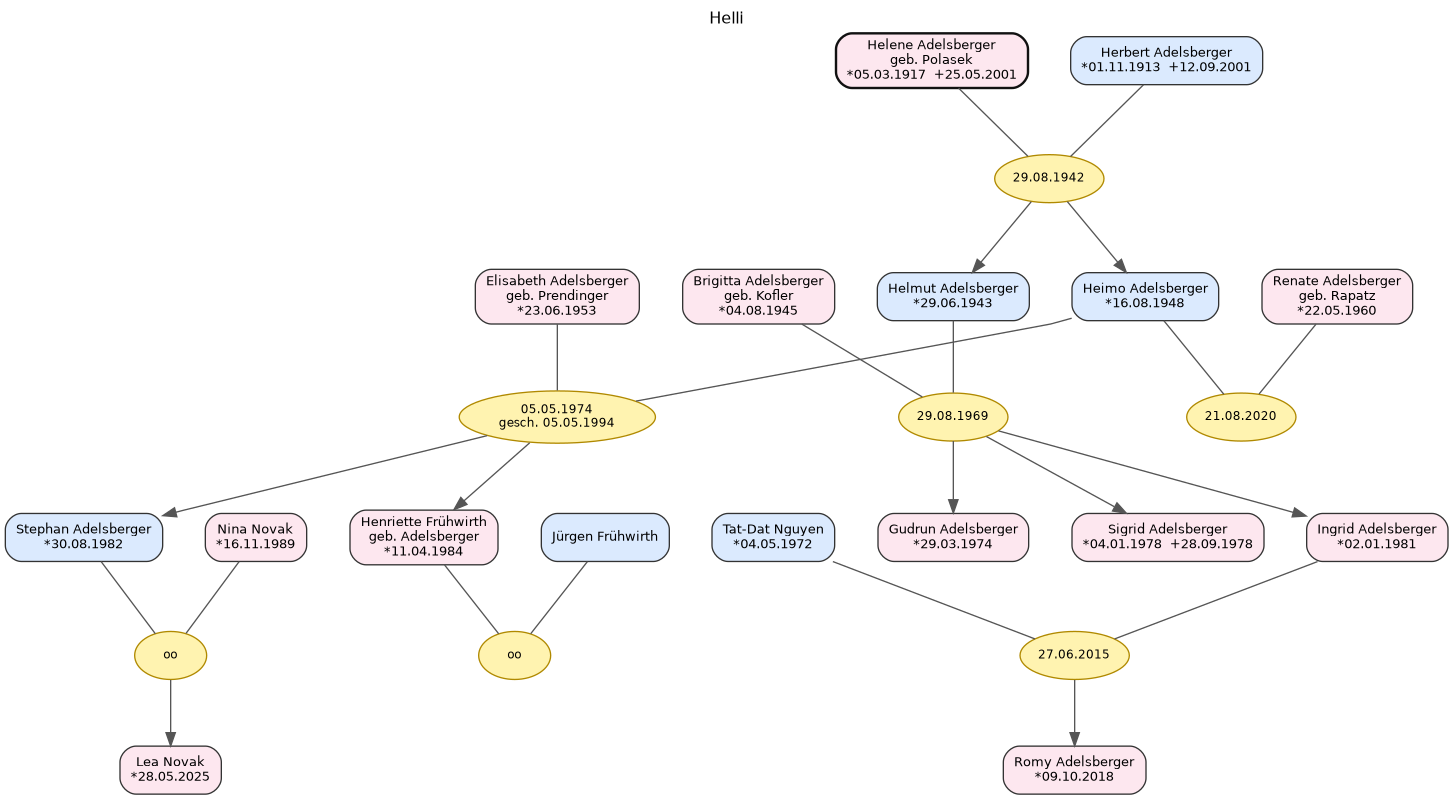
The Graphviz diagram Helli_0_10.png in Konfusius16/Ahnentafel-Polasek, before a commit. Its source is kept beside it as Helli_0_10.dot. The source it was exported from:
```dot
digraph {
	concentrate=false nodesep=0.45 overlap=false rankdir=TB ranksep=0.70 splines=polyline
	graph [fontname="DejaVu Sans" fontsize=12 label=Helli labelloc=t]
	node [color="#333333" fontname="DejaVu Sans" fontsize=10 shape=box style="rounded,filled"]
	edge [color="#555555" fontname="DejaVu Sans"]
	att14 [label="Elisabeth Adelsberger
geb. Prendinger
*23.06.1953" fillcolor="#fde7ef" id=P_att14]
	g6p02 [label="Brigitta Adelsberger
geb. Kofler
*04.08.1945" fillcolor="#fde7ef" id=P_g6p02]
	attS02 [label="Nina Novak
*16.11.1989" fillcolor="#fde7ef" id=P_attS02]
	att07 [label="Heimo Adelsberger
*16.08.1948" fillcolor="#dbeafe" id=P_att07]
	g6p09 [label="Tat-Dat Nguyen
*04.05.1972" fillcolor="#dbeafe" id=P_g6p09]
	att21 [label="Stephan Adelsberger
*30.08.1982" fillcolor="#dbeafe" id=P_att21]
	g6p10 [label="Romy Adelsberger
*09.10.2018" fillcolor="#fde7ef" id=P_g6p10]
	att08 [label="Renate Adelsberger
geb. Rapatz
*22.05.1960" fillcolor="#fde7ef" id=P_att08]
	att34 [label="Ingrid Adelsberger
*02.01.1981" fillcolor="#fde7ef" id=P_att34]
	att33 [label="Sigrid Adelsberger
*04.01.1978  +28.09.1978" fillcolor="#fde7ef" id=P_att33]
	g6p13 [label="Jürgen Frühwirth" fillcolor="#dbeafe" id=P_g6p13]
	att35 [label="Henriette Frühwirth
geb. Adelsberger
*11.04.1984" fillcolor="#fde7ef" id=P_att35]
	att06 [label="Helene Adelsberger
geb. Polasek
*05.03.1917  +25.05.2001" color="#111111" fillcolor="#fde7ef" id=P_att06 penwidth=1.8]
	att41 [label="Lea Novak
*28.05.2025" fillcolor="#fde7ef" id=P_att41]
	att32 [label="Gudrun Adelsberger
*29.03.1974" fillcolor="#fde7ef" id=P_att32]
	att36 [label="Helmut Adelsberger
*29.06.1943" fillcolor="#dbeafe" id=P_att36]
	att05 [label="Herbert Adelsberger
*01.11.1913  +12.09.2001" fillcolor="#dbeafe" id=P_att05]
	M_attF2 [label="29.08.1942" color="#b08900" fillcolor="#fff3b0" fontsize=9 id=M_attF2 shape=ellipse style=filled]
	subgraph rank_attF2 {
		rank=same
		att05
		att06
	}
	att05 -> att06 [constraint=true minlen=0 style=invis weight=3600]
	att05 -> M_attF2 [dir=none minlen=1 weight=60]
	att06 -> M_attF2 [dir=none minlen=1 weight=60]
	subgraph kids_attF2 {
		rank=same
		att36
		att07
	}
	M_attF2 -> att36
	M_attF2 -> att07
	att36 -> att07 [constraint=true minlen=0 style=invis weight=1400]
	subgraph pair_att36 {
		rank=same
		att36
		g6p02
	}
	att36 -> g6p02 [constraint=true minlen=0 style=invis weight=2600]
	g6p02 -> att07 [constraint=true minlen=0 style=invis weight=2000]
	subgraph pair_att07 {
		rank=same
		att07
		att14
	}
	att07 -> att14 [constraint=true minlen=0 style=invis weight=2600]
	M_g6F2 [label="27.06.2015" color="#b08900" fillcolor="#fff3b0" fontsize=9 id=M_g6F2 shape=ellipse style=filled]
	subgraph rank_g6F2 {
		rank=same
		g6p09
		att34
	}
	g6p09 -> att34 [constraint=true minlen=0 style=invis weight=3600]
	g6p09 -> M_g6F2 [dir=none minlen=1 weight=60]
	att34 -> M_g6F2 [dir=none minlen=1 weight=60]
	subgraph kids_g6F2 {
		rank=same
		g6p10
	}
	M_g6F2 -> g6p10
	M_g6F5 [label=oo color="#b08900" fillcolor="#fff3b0" fontsize=9 id=M_g6F5 shape=ellipse style=filled]
	subgraph rank_g6F5 {
		rank=same
		g6p13
		att35
	}
	g6p13 -> att35 [constraint=true minlen=0 style=invis weight=3600]
	g6p13 -> M_g6F5 [dir=none minlen=1 weight=60]
	att35 -> M_g6F5 [dir=none minlen=1 weight=60]
	M_g6F1 [label="29.08.1969" color="#b08900" fillcolor="#fff3b0" fontsize=9 id=M_g6F1 shape=ellipse style=filled]
	subgraph rank_g6F1 {
		rank=same
		att36
		g6p02
	}
	att36 -> g6p02 [constraint=true minlen=0 style=invis weight=3600]
	att36 -> M_g6F1 [dir=none minlen=1 weight=60]
	g6p02 -> M_g6F1 [dir=none minlen=1 weight=60]
	subgraph kids_g6F1 {
		rank=same
		att32
		att33
		att34
	}
	M_g6F1 -> att32
	M_g6F1 -> att33
	M_g6F1 -> att34
	att32 -> att33 [constraint=true minlen=0 style=invis weight=1400]
	att33 -> att34 [constraint=true minlen=0 style=invis weight=1400]
	subgraph pair_att34 {
		rank=same
		att34
		g6p09
	}
	g6p09 -> att34 [constraint=true minlen=0 style=invis weight=2600]
	M_attF3 [label="21.08.2020" color="#b08900" fillcolor="#fff3b0" fontsize=9 id=M_attF3 shape=ellipse style=filled]
	subgraph rank_attF3 {
		rank=same
		att07
		att08
	}
	att07 -> att08 [constraint=true minlen=0 style=invis weight=3600]
	att07 -> M_attF3 [dir=none minlen=1 weight=60]
	att08 -> M_attF3 [dir=none minlen=1 weight=60]
	M_attF5 [label="05.05.1974
gesch. 05.05.1994" color="#b08900" fillcolor="#fff3b0" fontsize=9 id=M_attF5 shape=ellipse style=filled]
	subgraph rank_attF5 {
		rank=same
		att07
		att14
	}
	att07 -> att14 [constraint=true minlen=0 style=invis weight=3600]
	att07 -> M_attF5 [dir=none minlen=1 weight=60]
	att14 -> M_attF5 [dir=none minlen=1 weight=60]
	subgraph kids_attF5 {
		rank=same
		att21
		att35
	}
	M_attF5 -> att21
	M_attF5 -> att35
	att21 -> att35 [constraint=true minlen=0 style=invis weight=1400]
	subgraph pair_att21 {
		rank=same
		att21
		attS02
	}
	att21 -> attS02 [constraint=true minlen=0 style=invis weight=2600]
	attS02 -> att35 [constraint=true minlen=0 style=invis weight=2000]
	subgraph pair_att35 {
		rank=same
		att35
		g6p13
	}
	g6p13 -> att35 [constraint=true minlen=0 style=invis weight=2600]
	M_attF10 [label=oo color="#b08900" fillcolor="#fff3b0" fontsize=9 id=M_attF10 shape=ellipse style=filled]
	subgraph rank_attF10 {
		rank=same
		att21
		attS02
	}
	att21 -> attS02 [constraint=true minlen=0 style=invis weight=3600]
	att21 -> M_attF10 [dir=none minlen=1 weight=60]
	attS02 -> M_attF10 [dir=none minlen=1 weight=60]
	subgraph kids_attF10 {
		rank=same
		att41
	}
	M_attF10 -> att41
	subgraph gen_0 {
		rank=same
		att06
		att05
	}
	subgraph gen_1 {
		rank=same
		att36
		att07
		g6p02
		att14
		att08
	}
	subgraph gen_2 {
		rank=same
		att32
		att33
		att34
		att21
		att35
		g6p09
		attS02
		g6p13
	}
	subgraph gen_3 {
		rank=same
		g6p10
		att41
	}
	att05 -> att06 [constraint=true minlen=0 style=invis weight=1800]
	att06 -> att05 [constraint=true minlen=0 style=invis weight=1800]
	att07 -> att14 [constraint=true minlen=0 style=invis weight=1800]
	att07 -> att08 [constraint=true minlen=0 style=invis weight=1800]
	att14 -> att07 [constraint=true minlen=0 style=invis weight=1800]
	att08 -> att07 [constraint=true minlen=0 style=invis weight=1800]
	att21 -> attS02 [constraint=true minlen=0 style=invis weight=1800]
	attS02 -> att21 [constraint=true minlen=0 style=invis weight=1800]
	att36 -> g6p02 [constraint=true minlen=0 style=invis weight=1800]
	g6p02 -> att36 [constraint=true minlen=0 style=invis weight=1800]
	g6p09 -> att34 [constraint=true minlen=0 style=invis weight=1800]
	att34 -> g6p09 [constraint=true minlen=0 style=invis weight=1800]
	g6p13 -> att35 [constraint=true minlen=0 style=invis weight=1800]
	att35 -> g6p13 [constraint=true minlen=0 style=invis weight=1800]
}
```
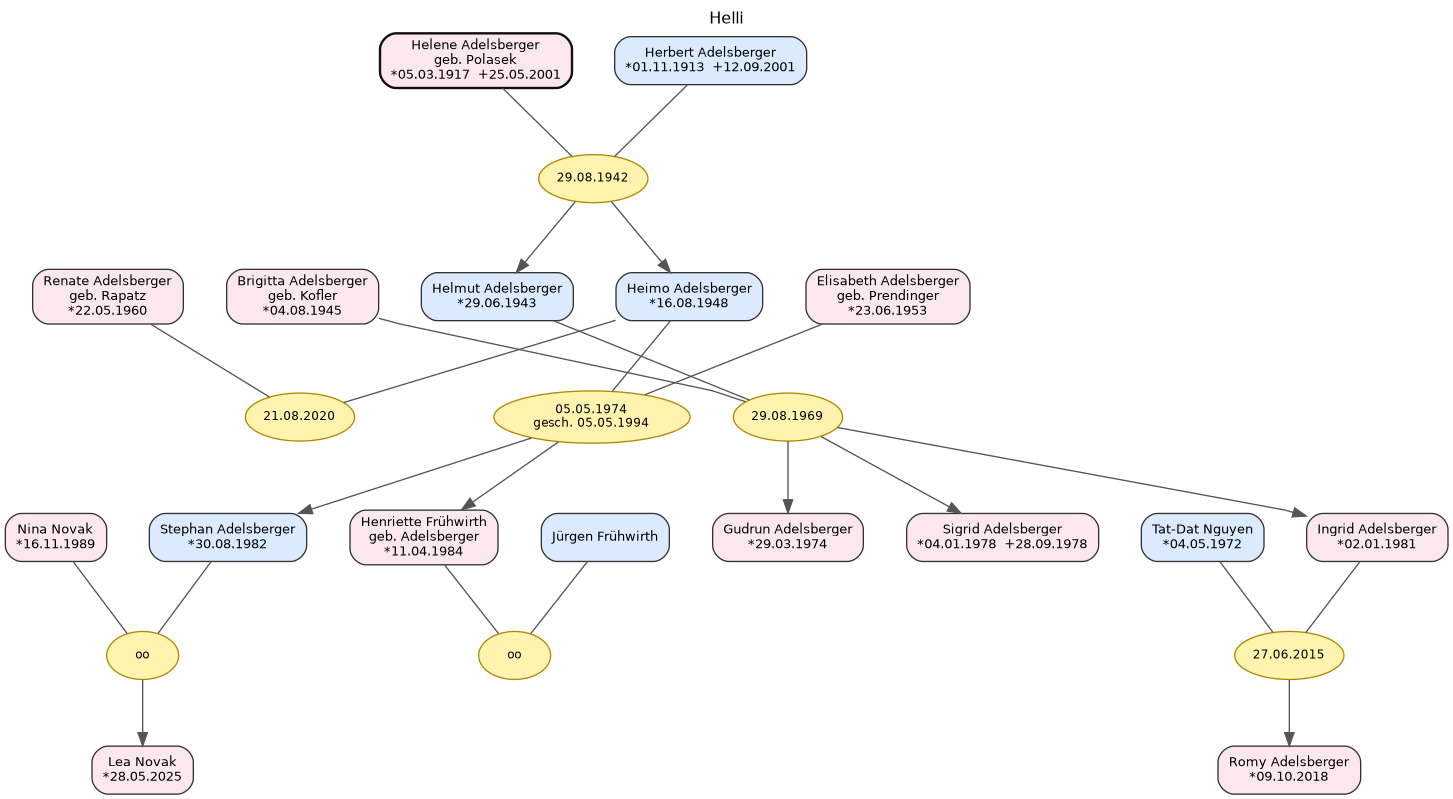
After the commit.

Change to the diagram source:
```diff
@@ -3,44 +3,53 @@
 	graph [fontname="DejaVu Sans" fontsize=12 label=Helli labelloc=t]
 	node [color="#333333" fontname="DejaVu Sans" fontsize=10 shape=box style="rounded,filled"]
 	edge [color="#555555" fontname="DejaVu Sans"]
-	att14 [label="Elisabeth Adelsberger
-geb. Prendinger
-*23.06.1953" fillcolor="#fde7ef" id=P_att14]
+	att07 [label="Heimo Adelsberger
+*16.08.1948" fillcolor="#dbeafe" id=P_att07]
 	g6p02 [label="Brigitta Adelsberger
 geb. Kofler
 *04.08.1945" fillcolor="#fde7ef" id=P_g6p02]
 	attS02 [label="Nina Novak
 *16.11.1989" fillcolor="#fde7ef" id=P_attS02]
-	att07 [label="Heimo Adelsberger
-*16.08.1948" fillcolor="#dbeafe" id=P_att07]
-	g6p09 [label="Tat-Dat Nguyen
-*04.05.1972" fillcolor="#dbeafe" id=P_g6p09]
+	att06 [label="Helene Adelsberger
+geb. Polasek
+*05.03.1917  +25.05.2001" color="#111111" fillcolor="#fde7ef" id=P_att06 penwidth=1.8]
+	g6p10 [label="Romy Adelsberger
+*09.10.2018" fillcolor="#fde7ef" id=P_g6p10]
+	att32 [label="Gudrun Adelsberger
+*29.03.1974" fillcolor="#fde7ef" id=P_att32]
 	att21 [label="Stephan Adelsberger
 *30.08.1982" fillcolor="#dbeafe" id=P_att21]
-	g6p10 [label="Romy Adelsberger
-*09.10.2018" fillcolor="#fde7ef" id=P_g6p10]
+	att36 [label="Helmut Adelsberger
+*29.06.1943" fillcolor="#dbeafe" id=P_att36]
+	att14 [label="Elisabeth Adelsberger
+geb. Prendinger
+*23.06.1953" fillcolor="#fde7ef" id=P_att14]
+	att41 [label="Lea Novak
+*28.05.2025" fillcolor="#fde7ef" id=P_att41]
+	att35 [label="Henriette Frühwirth
+geb. Adelsberger
+*11.04.1984" fillcolor="#fde7ef" id=P_att35]
+	att05 [label="Herbert Adelsberger
+*01.11.1913  +12.09.2001" fillcolor="#dbeafe" id=P_att05]
+	att33 [label="Sigrid Adelsberger
+*04.01.1978  +28.09.1978" fillcolor="#fde7ef" id=P_att33]
 	att08 [label="Renate Adelsberger
 geb. Rapatz
 *22.05.1960" fillcolor="#fde7ef" id=P_att08]
+	g6p09 [label="Tat-Dat Nguyen
+*04.05.1972" fillcolor="#dbeafe" id=P_g6p09]
 	att34 [label="Ingrid Adelsberger
 *02.01.1981" fillcolor="#fde7ef" id=P_att34]
-	att33 [label="Sigrid Adelsberger
-*04.01.1978  +28.09.1978" fillcolor="#fde7ef" id=P_att33]
 	g6p13 [label="Jürgen Frühwirth" fillcolor="#dbeafe" id=P_g6p13]
-	att35 [label="Henriette Frühwirth
-geb. Adelsberger
-*11.04.1984" fillcolor="#fde7ef" id=P_att35]
-	att06 [label="Helene Adelsberger
-geb. Polasek
-*05.03.1917  +25.05.2001" color="#111111" fillcolor="#fde7ef" id=P_att06 penwidth=1.8]
-	att41 [label="Lea Novak
-*28.05.2025" fillcolor="#fde7ef" id=P_att41]
-	att32 [label="Gudrun Adelsberger
-*29.03.1974" fillcolor="#fde7ef" id=P_att32]
-	att36 [label="Helmut Adelsberger
-*29.06.1943" fillcolor="#dbeafe" id=P_att36]
-	att05 [label="Herbert Adelsberger
-*01.11.1913  +12.09.2001" fillcolor="#dbeafe" id=P_att05]
+	M_g6F5 [label=oo color="#b08900" fillcolor="#fff3b0" fontsize=9 id=M_g6F5 shape=ellipse style=filled]
+	subgraph rank_g6F5 {
+		rank=same
+		g6p13
+		att35
+	}
+	g6p13 -> att35 [constraint=true minlen=0 style=invis weight=3600]
+	g6p13 -> M_g6F5 [dir=none minlen=1 weight=60]
+	att35 -> M_g6F5 [dir=none minlen=1 weight=60]
 	M_attF2 [label="29.08.1942" color="#b08900" fillcolor="#fff3b0" fontsize=9 id=M_attF2 shape=ellipse style=filled]
 	subgraph rank_attF2 {
 		rank=same
@@ -71,55 +80,6 @@
 		att14
 	}
 	att07 -> att14 [constraint=true minlen=0 style=invis weight=2600]
-	M_g6F2 [label="27.06.2015" color="#b08900" fillcolor="#fff3b0" fontsize=9 id=M_g6F2 shape=ellipse style=filled]
-	subgraph rank_g6F2 {
-		rank=same
-		g6p09
-		att34
-	}
-	g6p09 -> att34 [constraint=true minlen=0 style=invis weight=3600]
-	g6p09 -> M_g6F2 [dir=none minlen=1 weight=60]
-	att34 -> M_g6F2 [dir=none minlen=1 weight=60]
-	subgraph kids_g6F2 {
-		rank=same
-		g6p10
-	}
-	M_g6F2 -> g6p10
-	M_g6F5 [label=oo color="#b08900" fillcolor="#fff3b0" fontsize=9 id=M_g6F5 shape=ellipse style=filled]
-	subgraph rank_g6F5 {
-		rank=same
-		g6p13
-		att35
-	}
-	g6p13 -> att35 [constraint=true minlen=0 style=invis weight=3600]
-	g6p13 -> M_g6F5 [dir=none minlen=1 weight=60]
-	att35 -> M_g6F5 [dir=none minlen=1 weight=60]
-	M_g6F1 [label="29.08.1969" color="#b08900" fillcolor="#fff3b0" fontsize=9 id=M_g6F1 shape=ellipse style=filled]
-	subgraph rank_g6F1 {
-		rank=same
-		att36
-		g6p02
-	}
-	att36 -> g6p02 [constraint=true minlen=0 style=invis weight=3600]
-	att36 -> M_g6F1 [dir=none minlen=1 weight=60]
-	g6p02 -> M_g6F1 [dir=none minlen=1 weight=60]
-	subgraph kids_g6F1 {
-		rank=same
-		att32
-		att33
-		att34
-	}
-	M_g6F1 -> att32
-	M_g6F1 -> att33
-	M_g6F1 -> att34
-	att32 -> att33 [constraint=true minlen=0 style=invis weight=1400]
-	att33 -> att34 [constraint=true minlen=0 style=invis weight=1400]
-	subgraph pair_att34 {
-		rank=same
-		att34
-		g6p09
-	}
-	g6p09 -> att34 [constraint=true minlen=0 style=invis weight=2600]
 	M_attF3 [label="21.08.2020" color="#b08900" fillcolor="#fff3b0" fontsize=9 id=M_attF3 shape=ellipse style=filled]
 	subgraph rank_attF3 {
 		rank=same
@@ -160,6 +120,20 @@
 		g6p13
 	}
 	g6p13 -> att35 [constraint=true minlen=0 style=invis weight=2600]
+	M_g6F2 [label="27.06.2015" color="#b08900" fillcolor="#fff3b0" fontsize=9 id=M_g6F2 shape=ellipse style=filled]
+	subgraph rank_g6F2 {
+		rank=same
+		g6p09
+		att34
+	}
+	g6p09 -> att34 [constraint=true minlen=0 style=invis weight=3600]
+	g6p09 -> M_g6F2 [dir=none minlen=1 weight=60]
+	att34 -> M_g6F2 [dir=none minlen=1 weight=60]
+	subgraph kids_g6F2 {
+		rank=same
+		g6p10
+	}
+	M_g6F2 -> g6p10
 	M_attF10 [label=oo color="#b08900" fillcolor="#fff3b0" fontsize=9 id=M_attF10 shape=ellipse style=filled]
 	subgraph rank_attF10 {
 		rank=same
@@ -174,6 +148,32 @@
 		att41
 	}
 	M_attF10 -> att41
+	M_g6F1 [label="29.08.1969" color="#b08900" fillcolor="#fff3b0" fontsize=9 id=M_g6F1 shape=ellipse style=filled]
+	subgraph rank_g6F1 {
+		rank=same
+		att36
+		g6p02
+	}
+	att36 -> g6p02 [constraint=true minlen=0 style=invis weight=3600]
+	att36 -> M_g6F1 [dir=none minlen=1 weight=60]
+	g6p02 -> M_g6F1 [dir=none minlen=1 weight=60]
+	subgraph kids_g6F1 {
+		rank=same
+		att32
+		att33
+		att34
+	}
+	M_g6F1 -> att32
+	M_g6F1 -> att33
+	M_g6F1 -> att34
+	att32 -> att33 [constraint=true minlen=0 style=invis weight=1400]
+	att33 -> att34 [constraint=true minlen=0 style=invis weight=1400]
+	subgraph pair_att34 {
+		rank=same
+		att34
+		g6p09
+	}
+	g6p09 -> att34 [constraint=true minlen=0 style=invis weight=2600]
 	subgraph gen_0 {
 		rank=same
 		att06
```
